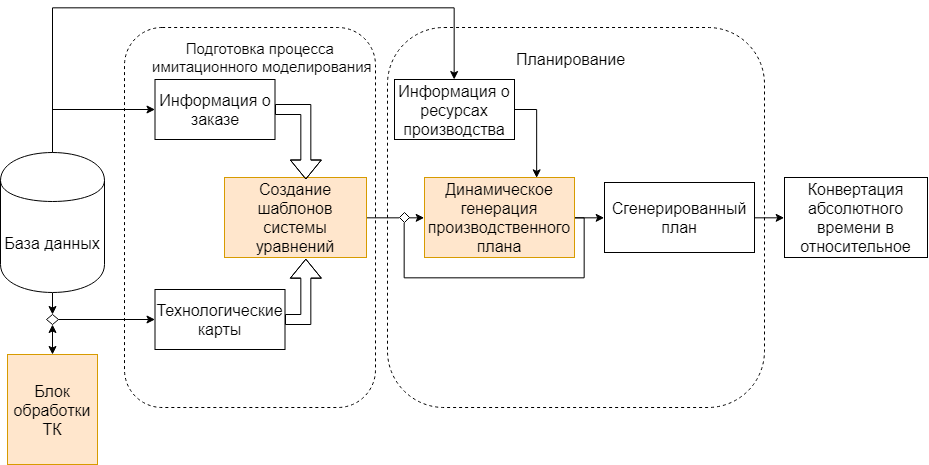
This is fig/alg_2.png from PaulKorepanow/diplom, a draw.io export, as it was before one commit. Source tidied: cells renumbered, new cells last; positions are measured from the earlier drawing's top-left corner, leaving out a move shared by most shapes. Its diagram source:
```xml
<mxGraphModel>
  <root>
    <mxCell id="0" />
    <mxCell id="1" parent="0" />
    <mxCell id="2" style="rounded=1;whiteSpace=wrap;html=1;dashed=1;fontSize=16;" parent="1" vertex="1">
      <mxGeometry x="387" y="20" width="377" height="380" as="geometry" />
    </mxCell>
    <mxCell id="3" style="rounded=1;whiteSpace=wrap;html=1;dashed=1;fontSize=16;" parent="1" vertex="1">
      <mxGeometry x="124" y="20" width="251" height="380" as="geometry" />
    </mxCell>
    <mxCell id="4" style="edgeStyle=orthogonalEdgeStyle;rounded=0;html=1;exitX=1;exitY=0.5;entryX=0;entryY=0.5;jettySize=auto;endArrow=none;endFill=0;fontSize=16;" parent="1" edge="1" source="5" target="21">
      <mxGeometry relative="1" as="geometry" />
    </mxCell>
    <mxCell id="5" value="Создание шаблонов системы уравнений&lt;br style=&quot;font-size: 16px&quot;&gt;" style="rounded=0;whiteSpace=wrap;html=1;fontSize=16;fillColor=#ffe6cc;strokeColor=#d79b00;" parent="1" vertex="1">
      <mxGeometry x="224" y="170" width="142" height="80" as="geometry" />
    </mxCell>
    <mxCell id="6" style="edgeStyle=orthogonalEdgeStyle;shape=flexArrow;rounded=0;html=1;exitX=1;exitY=0.5;entryX=0.57;entryY=0.021;entryPerimeter=0;jettySize=auto;" parent="1" edge="1" source="7" target="5">
      <mxGeometry relative="1" as="geometry" />
    </mxCell>
    <mxCell id="7" value="Информация о заказе" style="rounded=0;whiteSpace=wrap;html=1;fontSize=16;" parent="1" vertex="1">
      <mxGeometry x="154.5" y="72" width="120" height="60" as="geometry" />
    </mxCell>
    <mxCell id="8" style="edgeStyle=orthogonalEdgeStyle;rounded=0;html=1;exitX=1;exitY=0.5;jettySize=auto;endArrow=none;endFill=0;fontSize=16;entryX=0.5;entryY=1;" parent="1" edge="1" source="10" target="21">
      <mxGeometry relative="1" as="geometry">
        <Array as="points">
          <mxPoint x="584" y="210" />
          <mxPoint x="584" y="270" />
          <mxPoint x="404" y="270" />
        </Array>
      </mxGeometry>
    </mxCell>
    <mxCell id="9" style="edgeStyle=orthogonalEdgeStyle;rounded=0;jettySize=auto;html=1;exitX=1;exitY=0.5;exitDx=0;exitDy=0;entryX=0;entryY=0.5;entryDx=0;entryDy=0;" parent="1" edge="1" source="10" target="14">
      <mxGeometry relative="1" as="geometry" />
    </mxCell>
    <mxCell id="10" value="Динамическое генерация производственного плана&lt;br style=&quot;font-size: 16px;&quot;&gt;" style="rounded=0;whiteSpace=wrap;html=1;fontSize=16;fillColor=#ffe6cc;strokeColor=#d79b00;" parent="1" vertex="1">
      <mxGeometry x="424" y="170" width="150" height="80" as="geometry" />
    </mxCell>
    <mxCell id="11" style="edgeStyle=orthogonalEdgeStyle;rounded=0;jettySize=auto;html=1;exitX=1;exitY=0.5;exitDx=0;exitDy=0;entryX=0.75;entryY=0;entryDx=0;entryDy=0;" parent="1" edge="1" source="12" target="10">
      <mxGeometry relative="1" as="geometry" />
    </mxCell>
    <mxCell id="12" value="Информация о ресурсах производства" style="rounded=0;whiteSpace=wrap;html=1;fontSize=16;" parent="1" vertex="1">
      <mxGeometry x="394" y="72" width="120" height="60" as="geometry" />
    </mxCell>
    <mxCell id="13" style="edgeStyle=orthogonalEdgeStyle;rounded=0;jettySize=auto;html=1;exitX=1;exitY=0.5;exitDx=0;exitDy=0;entryX=0;entryY=0.5;entryDx=0;entryDy=0;" parent="1" edge="1" source="14" target="19">
      <mxGeometry relative="1" as="geometry" />
    </mxCell>
    <mxCell id="14" value="Сгенерированный план&lt;br style=&quot;font-size: 16px&quot;&gt;" style="rounded=0;whiteSpace=wrap;html=1;fontSize=16;" parent="1" vertex="1">
      <mxGeometry x="604" y="175" width="150" height="70" as="geometry" />
    </mxCell>
    <mxCell id="15" style="edgeStyle=orthogonalEdgeStyle;rounded=0;html=1;exitX=1;exitY=0.5;entryX=0.57;entryY=1.01;entryPerimeter=0;jettySize=auto;shape=flexArrow;" parent="1" edge="1" source="16" target="5">
      <mxGeometry relative="1" as="geometry" />
    </mxCell>
    <mxCell id="16" value="Технологические карты" style="rounded=0;whiteSpace=wrap;html=1;fontSize=16;" parent="1" vertex="1">
      <mxGeometry x="154.5" y="282" width="130" height="60" as="geometry" />
    </mxCell>
    <mxCell id="17" value="&lt;div style=&quot;text-align: center; font-size: 15px;&quot;&gt;&lt;span style=&quot;font-size: 15px;&quot;&gt;Подготовка процесса&amp;nbsp;&lt;/span&gt;&lt;/div&gt;&lt;div style=&quot;text-align: center; font-size: 15px;&quot;&gt;&lt;span style=&quot;font-size: 15px;&quot;&gt;имитационного моделирования&lt;/span&gt;&lt;/div&gt;" style="text;html=1;align=left;verticalAlign=top;spacingTop=-4;fontSize=15;" parent="1" vertex="1">
      <mxGeometry x="149.5" y="30" width="250" height="40" as="geometry" />
    </mxCell>
    <mxCell id="18" value="&lt;div style=&quot;text-align: center&quot;&gt;&lt;span&gt;Планирование&lt;/span&gt;&lt;/div&gt;" style="text;html=1;align=left;verticalAlign=top;spacingTop=-4;fontSize=16;labelBackgroundColor=none;labelBorderColor=none;" parent="1" vertex="1">
      <mxGeometry x="514" y="40" width="120" height="20" as="geometry" />
    </mxCell>
    <mxCell id="19" value="Конвертация абсолютного времени в относительное&lt;br style=&quot;font-size: 16px&quot;&gt;" style="rounded=0;whiteSpace=wrap;html=1;fontSize=16;" parent="1" vertex="1">
      <mxGeometry x="784" y="170" width="143" height="80" as="geometry" />
    </mxCell>
    <mxCell id="20" style="edgeStyle=orthogonalEdgeStyle;rounded=0;html=1;exitX=1;exitY=0.5;endArrow=classic;endFill=1;jettySize=auto;fontSize=16;" parent="1" edge="1" source="21">
      <mxGeometry relative="1" as="geometry">
        <mxPoint x="424" y="210" as="targetPoint" />
      </mxGeometry>
    </mxCell>
    <mxCell id="21" style="rhombus;whiteSpace=wrap;html=1;fontSize=16;" parent="1" vertex="1">
      <mxGeometry x="399" y="205" width="10" height="10" as="geometry" />
    </mxCell>
    <mxCell id="22" style="edgeStyle=orthogonalEdgeStyle;rounded=0;jettySize=auto;html=1;exitX=0.5;exitY=0;exitDx=0;exitDy=0;entryX=0;entryY=0.5;entryDx=0;entryDy=0;" parent="1" edge="1" source="25" target="7">
      <mxGeometry relative="1" as="geometry" />
    </mxCell>
    <mxCell id="23" style="edgeStyle=orthogonalEdgeStyle;rounded=0;jettySize=auto;html=1;exitX=0.5;exitY=0;exitDx=0;exitDy=0;entryX=0.5;entryY=0;entryDx=0;entryDy=0;" parent="1" edge="1" source="25" target="12">
      <mxGeometry relative="1" as="geometry">
        <Array as="points">
          <mxPoint x="52" />
          <mxPoint x="454" />
        </Array>
      </mxGeometry>
    </mxCell>
    <mxCell id="24" style="edgeStyle=orthogonalEdgeStyle;rounded=0;jettySize=auto;html=1;exitX=0.5;exitY=1;exitDx=0;exitDy=0;entryX=0.5;entryY=0;entryDx=0;entryDy=0;fontSize=16;" parent="1" edge="1" source="25" target="29">
      <mxGeometry relative="1" as="geometry" />
    </mxCell>
    <mxCell id="25" value="База данных" style="shape=cylinder;whiteSpace=wrap;html=1;boundedLbl=1;backgroundOutline=1;fontSize=16;" parent="1" vertex="1">
      <mxGeometry y="145" width="104" height="140" as="geometry" />
    </mxCell>
    <mxCell id="26" value="Блок обработки ТК" style="rounded=0;whiteSpace=wrap;html=1;fontSize=16;fillColor=#ffe6cc;strokeColor=#d79b00;" parent="1" vertex="1">
      <mxGeometry x="7" y="347" width="90" height="110" as="geometry" />
    </mxCell>
    <mxCell id="27" style="edgeStyle=orthogonalEdgeStyle;rounded=0;jettySize=auto;html=1;exitX=0.5;exitY=1;exitDx=0;exitDy=0;fontSize=16;startArrow=classic;startFill=1;" parent="1" edge="1" source="29" target="26">
      <mxGeometry relative="1" as="geometry" />
    </mxCell>
    <mxCell id="28" style="edgeStyle=orthogonalEdgeStyle;rounded=0;jettySize=auto;html=1;exitX=1;exitY=0.5;exitDx=0;exitDy=0;entryX=0;entryY=0.5;entryDx=0;entryDy=0;startArrow=none;startFill=0;fontSize=16;" parent="1" edge="1" source="29" target="16">
      <mxGeometry relative="1" as="geometry" />
    </mxCell>
    <mxCell id="29" style="rhombus;whiteSpace=wrap;html=1;fontSize=16;" parent="1" vertex="1">
      <mxGeometry x="46" y="307" width="12" height="10" as="geometry" />
    </mxCell>
  </root>
</mxGraphModel>
```
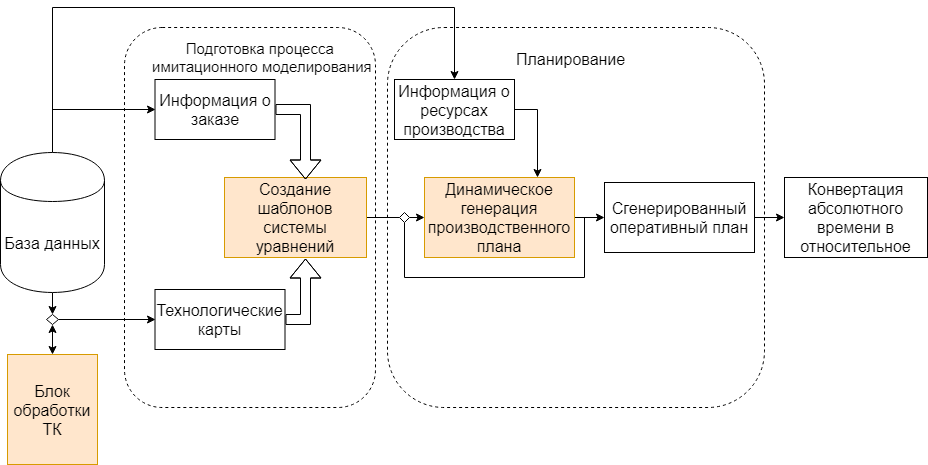
After the change.

Change to the diagram source:
```diff
@@ -44,7 +44,7 @@
     <mxCell id="13" style="edgeStyle=orthogonalEdgeStyle;rounded=0;jettySize=auto;html=1;exitX=1;exitY=0.5;exitDx=0;exitDy=0;entryX=0;entryY=0.5;entryDx=0;entryDy=0;" parent="1" edge="1" source="14" target="19">
       <mxGeometry relative="1" as="geometry" />
     </mxCell>
-    <mxCell id="14" value="Сгенерированный план&lt;br style=&quot;font-size: 16px&quot;&gt;" style="rounded=0;whiteSpace=wrap;html=1;fontSize=16;" parent="1" vertex="1">
+    <mxCell id="14" value="Сгенерированный оперативный план&lt;br style=&quot;font-size: 16px&quot;&gt;" style="rounded=0;whiteSpace=wrap;html=1;fontSize=16;" parent="1" vertex="1">
       <mxGeometry x="604" y="175" width="150" height="70" as="geometry" />
     </mxCell>
     <mxCell id="15" style="edgeStyle=orthogonalEdgeStyle;rounded=0;html=1;exitX=1;exitY=0.5;entryX=0.57;entryY=1.01;entryPerimeter=0;jettySize=auto;shape=flexArrow;" parent="1" edge="1" source="16" target="5">
```
